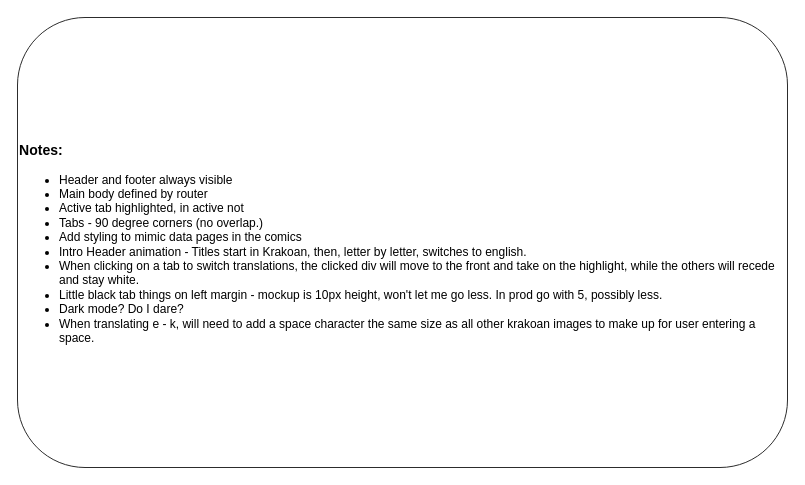
Earlier version of the draw.io diagram page "Notes" (4 of 5) of mockup-flowchart/mock-up-krakoan-translator.drawio (CaseyPitman/krakoan-translator). Source tidied: cells renumbered, new cells numbered last; positions are measured from the earlier drawing's top-left corner, leaving out a move shared by most shapes. Both pictures are drawn from the tidied source at 100%, with x=0, y=0 at pixel (17, 17).
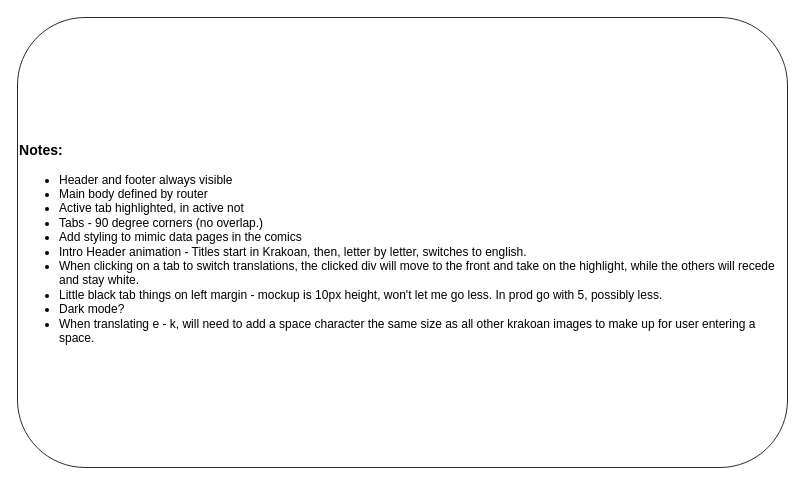
After the change.

Diff of the diagram source:
```diff
@@
 <mxGraphModel>
   <root>
     <mxCell id="0" />
     <mxCell id="1" parent="0" />
-    <mxCell id="2" value="&lt;h3&gt;Notes:&lt;/h3&gt;&lt;div&gt;&lt;ul&gt;&lt;li&gt;Header and footer always visible&lt;/li&gt;&lt;li&gt;Main body defined by router&lt;/li&gt;&lt;li&gt;Active tab highlighted, in active not&lt;/li&gt;&lt;li&gt;Tabs - 90 degree corners (no overlap.)&lt;/li&gt;&lt;li&gt;Add styling to mimic data pages in the comics&lt;/li&gt;&lt;li&gt;Intro Header animation - Titles start in Krakoan, then, letter by letter, switches to english.&lt;/li&gt;&lt;li&gt;When clicking on a tab to switch translations, the clicked div will move to the front and take on the highlight, while the others will recede and stay white.&amp;nbsp;&lt;/li&gt;&lt;li&gt;Little black tab things on left margin - mockup is 10px height, won't let me go less. In prod go with 5, possibly less.&lt;/li&gt;&lt;li&gt;Dark mode? Do I dare?&lt;/li&gt;&lt;li&gt;When translating e - k, will need to add a space character the same size as all other krakoan images to make up for user entering a space.&amp;nbsp;&amp;nbsp;&lt;/li&gt;&lt;/ul&gt;&lt;/div&gt;" style="rounded=1;whiteSpace=wrap;html=1;strokeColor=#2C2C2C;gradientColor=none;fillColor=#FFFFFF;align=left;" parent="1" vertex="1">
+    <mxCell id="2" value="&lt;h3&gt;Notes:&lt;/h3&gt;&lt;div&gt;&lt;ul&gt;&lt;li&gt;Header and footer always visible&lt;/li&gt;&lt;li&gt;Main body defined by router&lt;/li&gt;&lt;li&gt;Active tab highlighted, in active not&lt;/li&gt;&lt;li&gt;Tabs - 90 degree corners (no overlap.)&lt;/li&gt;&lt;li&gt;Add styling to mimic data pages in the comics&lt;/li&gt;&lt;li&gt;Intro Header animation - Titles start in Krakoan, then, letter by letter, switches to english.&lt;/li&gt;&lt;li&gt;When clicking on a tab to switch translations, the clicked div will move to the front and take on the highlight, while the others will recede and stay white.&amp;nbsp;&lt;/li&gt;&lt;li&gt;Little black tab things on left margin - mockup is 10px height, won't let me go less. In prod go with 5, possibly less.&lt;/li&gt;&lt;li&gt;Dark mode?&lt;/li&gt;&lt;li&gt;When translating e - k, will need to add a space character the same size as all other krakoan images to make up for user entering a space.&amp;nbsp;&amp;nbsp;&lt;/li&gt;&lt;/ul&gt;&lt;/div&gt;" style="rounded=1;whiteSpace=wrap;html=1;strokeColor=#2C2C2C;gradientColor=none;fillColor=#FFFFFF;align=left;" parent="1" vertex="1">
       <mxGeometry width="770" height="450" as="geometry" />
     </mxCell>
   </root>
 </mxGraphModel>
```
